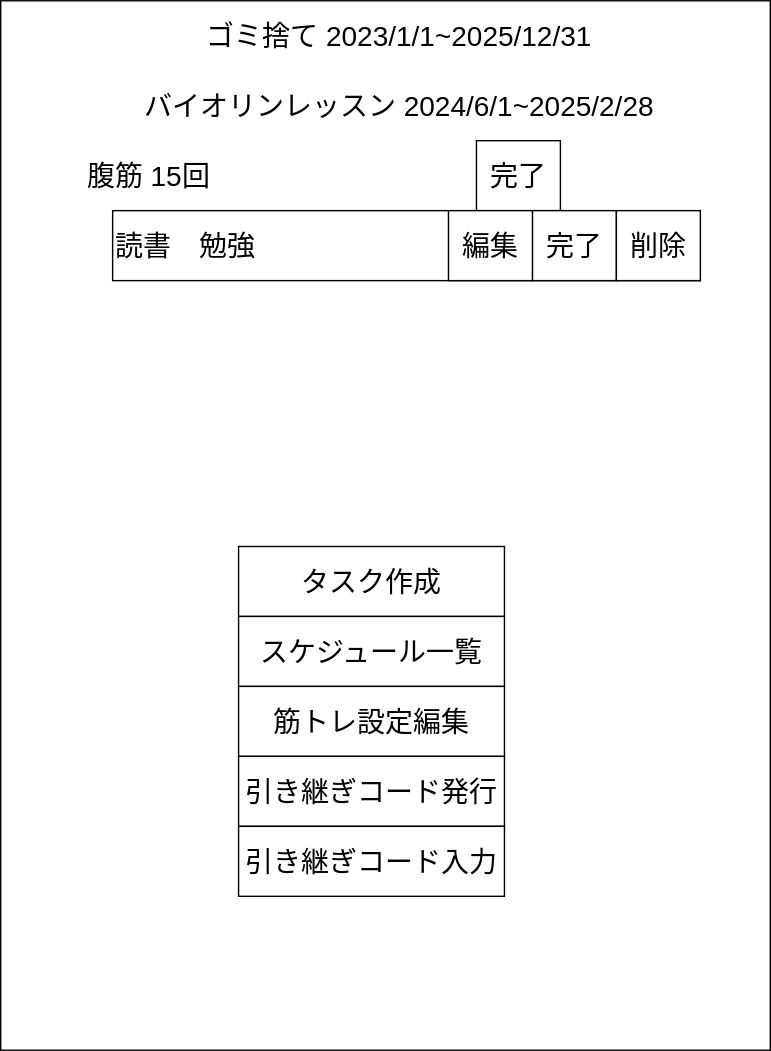
Before: top_page.drawio.svg, a diagram exported from draw.io (anti-paper/anti_paper_wf). Source tidied: cells renumbered, new cells last; positions are measured from the earlier drawing's top-left corner, leaving out a move shared by most shapes.
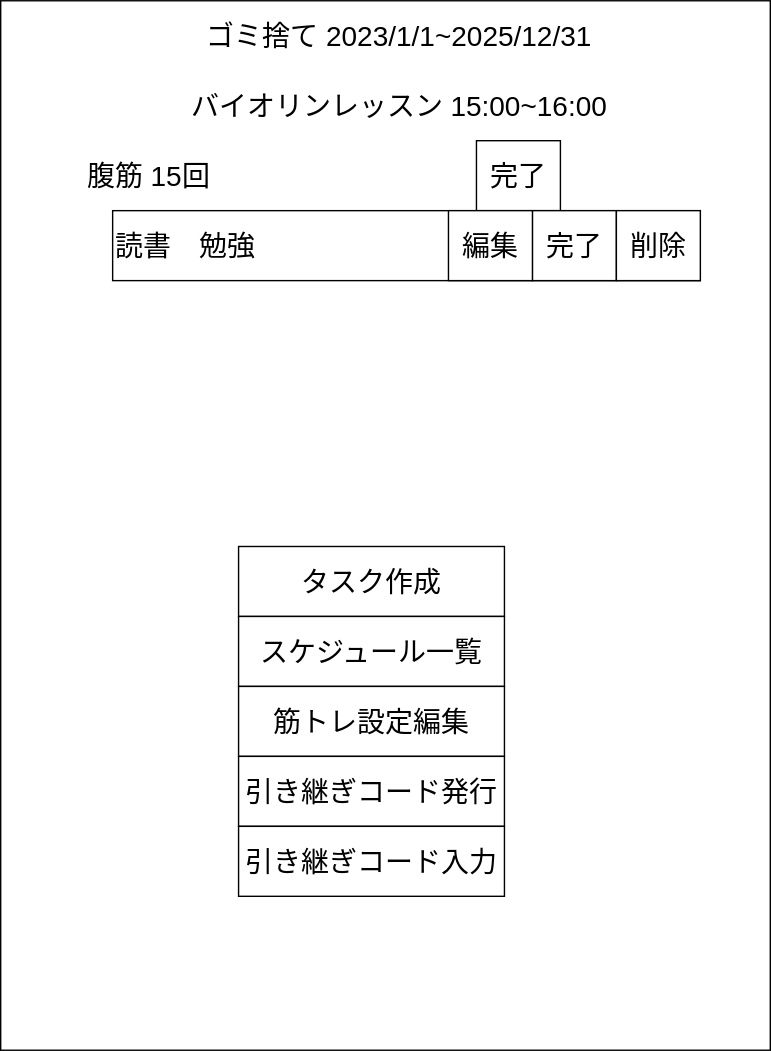
After the commit.

Commit message:
スケジュール一覧画面作成、トップページ修正

What changed in the source:
```diff
@@ -8,7 +8,7 @@
     <mxCell id="3" value="ゴミ捨て 2023/1/1~2025/12/31" style="text;html=1;align=center;verticalAlign=middle;whiteSpace=wrap;rounded=0;fontSize=20;" parent="1" vertex="1">
       <mxGeometry x="60" width="450" height="50" as="geometry" />
     </mxCell>
-    <mxCell id="4" value="バイオリンレッスン 2024/6/1~2025/2/28" style="text;html=1;align=center;verticalAlign=middle;whiteSpace=wrap;rounded=0;fontSize=20;" parent="1" vertex="1">
+    <mxCell id="4" value="バイオリンレッスン 15:00~16:00" style="text;html=1;align=center;verticalAlign=middle;whiteSpace=wrap;rounded=0;fontSize=20;" parent="1" vertex="1">
       <mxGeometry x="60" y="50" width="450" height="50" as="geometry" />
     </mxCell>
     <mxCell id="5" value="　　　　　　腹筋 15回" style="text;html=1;align=left;verticalAlign=middle;whiteSpace=wrap;rounded=0;fontSize=20;" parent="1" vertex="1">
```
